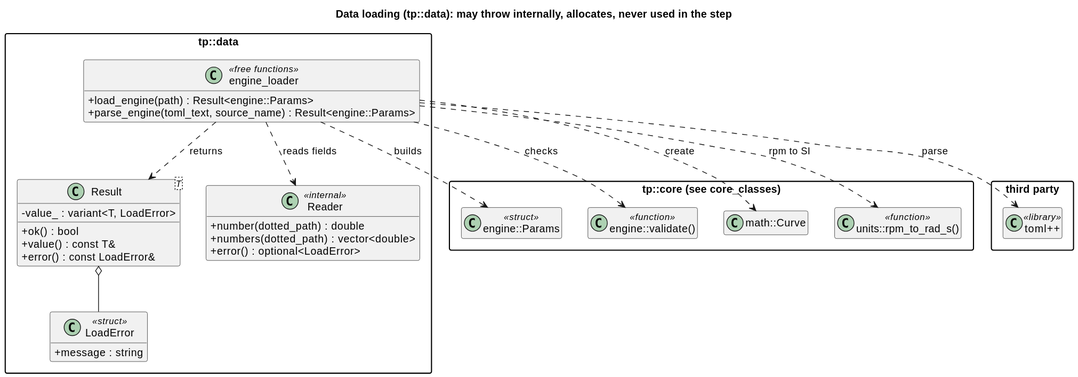
Above: docs/diagrams/svg/data_io_classes.svg in wversteeg/TractorPulling (PlantUML), before the change.
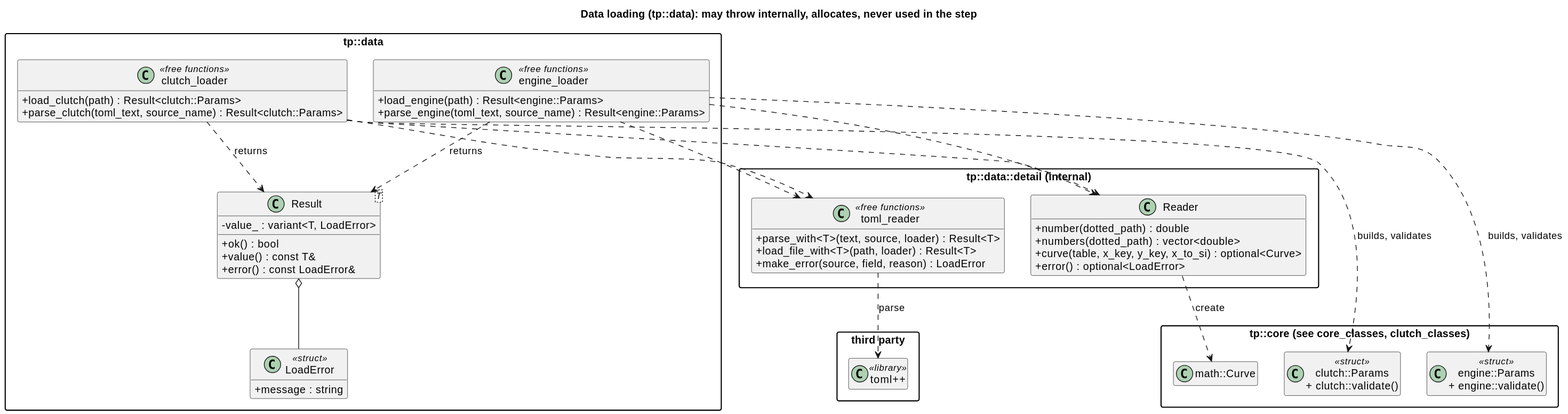
Later version of the same file.

What changed in the source:
```diff
@@ -1,6 +1,7 @@
 @startuml
 title Data loading (tp::data): may throw internally, allocates, never used in the step
 hide empty members
+top to bottom direction
 skinparam packageStyle rectangle
 skinparam classAttributeIconSize 0
 
@@ -18,30 +19,45 @@
     +load_engine(path) : Result<engine::Params>
     +parse_engine(toml_text, source_name) : Result<engine::Params>
   }
-  class Reader <<internal>> {
-    +number(dotted_path) : double
-    +numbers(dotted_path) : vector<double>
-    +error() : optional<LoadError>
+  class "clutch_loader" as ClutchLoader <<free functions>> {
+    +load_clutch(path) : Result<clutch::Params>
+    +parse_clutch(toml_text, source_name) : Result<clutch::Params>
   }
   Result o-- LoadError
   EngineLoader ..> Result : returns
-  EngineLoader ..> Reader : reads fields
+  ClutchLoader ..> Result : returns
 }
 
-package "tp::core (see core_classes)" {
-  class "engine::Params" as Params <<struct>>
-  class "engine::validate()" as Validate <<function>>
+package "tp::data::detail (internal)" {
+  class Reader {
+    +number(dotted_path) : double
+    +numbers(dotted_path) : vector<double>
+    +curve(table, x_key, y_key, x_to_si) : optional<Curve>
+    +error() : optional<LoadError>
+  }
+  class "toml_reader" as TomlFns <<free functions>> {
+    +parse_with<T>(text, source, loader) : Result<T>
+    +load_file_with<T>(path, loader) : Result<T>
+    +make_error(source, field, reason) : LoadError
+  }
+}
+EngineLoader ..> TomlFns
+ClutchLoader ..> TomlFns
+EngineLoader ..> Reader
+ClutchLoader ..> Reader
+
+package "tp::core (see core_classes, clutch_classes)" {
+  class "engine::Params\n+ engine::validate()" as EngineCore <<struct>>
+  class "clutch::Params\n+ clutch::validate()" as ClutchCore <<struct>>
   class "math::Curve" as Curve
-  class "units::rpm_to_rad_s()" as Units <<function>>
 }
 
 package "third party" {
   class "toml++" as Toml <<library>>
 }
 
-EngineLoader ..> Toml : parse
-EngineLoader ..> Units : rpm to SI
-EngineLoader ..> Curve : create
-EngineLoader ..> Params : builds
-EngineLoader ..> Validate : checks
+TomlFns ..> Toml : parse
+Reader ..> Curve : create
+EngineLoader ..> EngineCore : builds, validates
+ClutchLoader ..> ClutchCore : builds, validates
 @enduml
```
